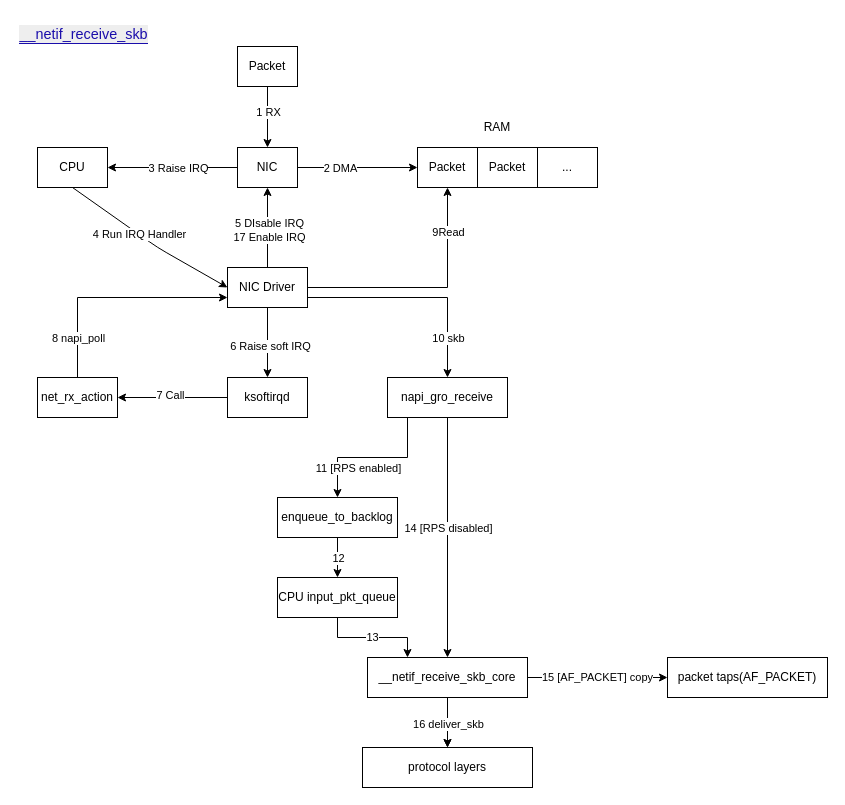
Earlier version of the draw.io diagram network/rx-driver-netdev.drawio (ChaosXu/linux-doc). Source tidied: cells renumbered, new cells numbered last; positions are measured from the earlier drawing's top-left corner, leaving out a move shared by most shapes. Both pictures are drawn from the tidied source at 100%, with x=0, y=0 at pixel (17, 17).
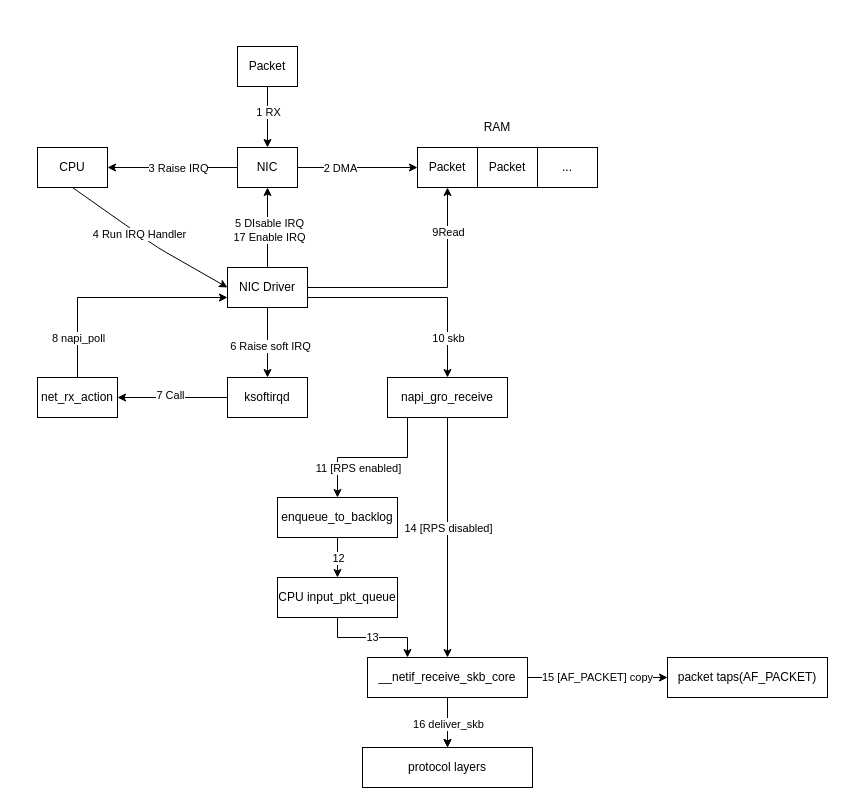
The same page after the edit.

Change to the diagram source:
```diff
@@
-    <mxCell id="50" value="&lt;a href=&quot;https://elixir.free-electrons.com/linux/v3.10.105/source/net/core/dev.c#L3579&quot; style=&quot;margin: 0px; padding: 0px 0px 1px; border-width: 0px 0px 1px; border-top-style: initial; border-right-style: initial; border-bottom-style: solid; border-left-style: initial; border-top-color: initial; border-right-color: initial; border-bottom-color: rgb(26, 13, 171); border-left-color: initial; border-image: initial; font-style: normal; font-variant-ligatures: normal; font-variant-caps: normal; font-variant-numeric: inherit; font-variant-east-asian: inherit; font-weight: 400; font-stretch: inherit; font-size: 16px; line-height: inherit; font-family: inconsolata; vertical-align: baseline; text-decoration: none; color: rgb(26, 13, 171); background-color: rgb(238, 238, 238); letter-spacing: normal; orphans: 2; text-align: start; text-indent: 0px; text-transform: none; widows: 2; word-spacing: 0px; -webkit-text-stroke-width: 0px;&quot;&gt;&lt;code class=&quot;highlighter-rouge&quot; style=&quot;margin: 0px; padding: 0.6px; border: 0px; font-style: inherit; font-variant: inherit; font-weight: inherit; font-stretch: inherit; font-size: 0.9em; line-height: inherit; font-family: inherit; vertical-align: baseline; border-radius: 3px; background: rgb(238, 238, 238);&quot;&gt;__netif_receive_skb&lt;/code&gt;&lt;/a&gt;" style="text;whiteSpace=wrap;html=1;" parent="1" vertex="1">
-      <mxGeometry width="160" height="30" as="geometry" />
-    </mxCell>
```
